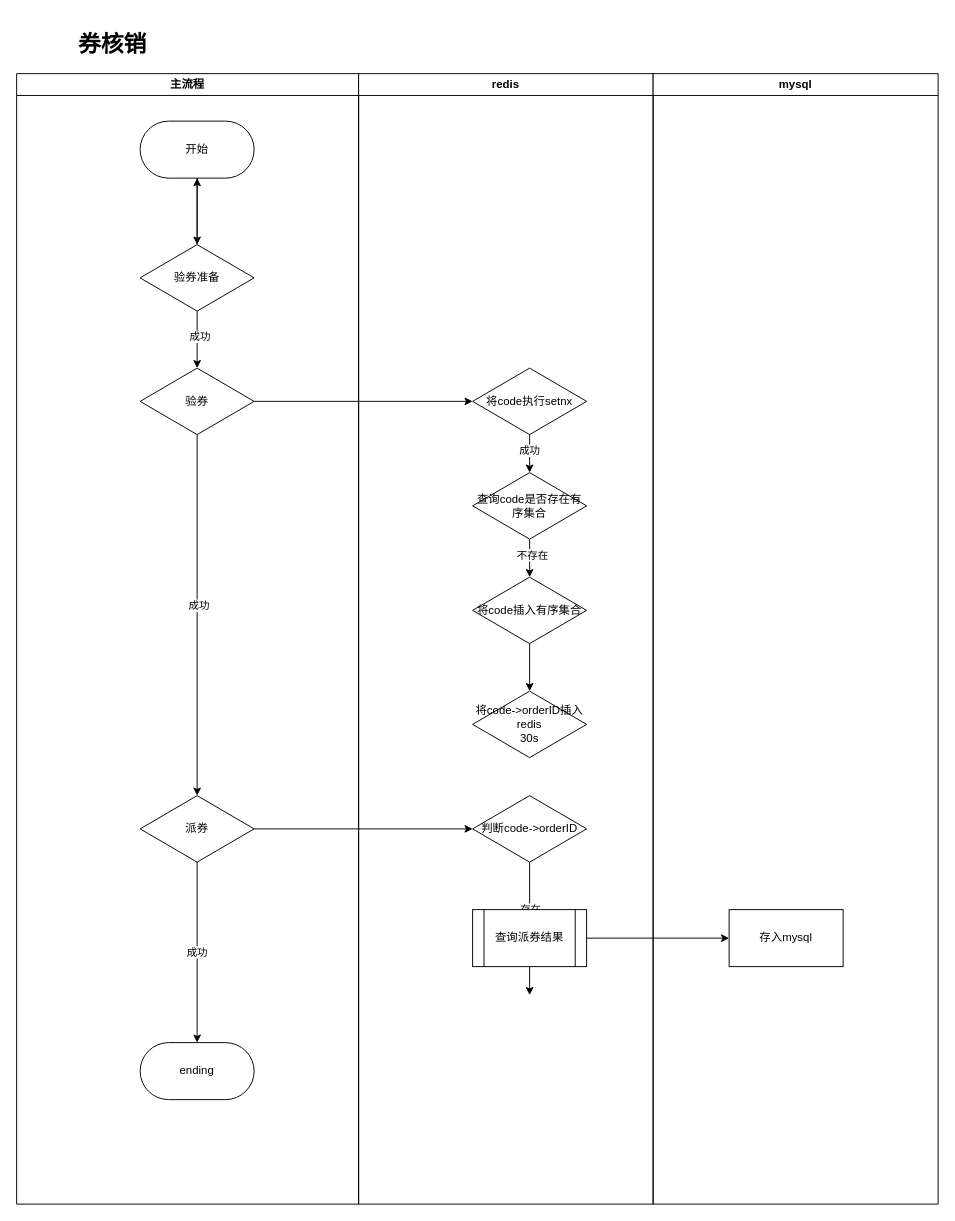
Earlier version of the draw.io diagram xlh/xlh.drawio (zhanghaiyang1/draw). Source tidied: cells renumbered, new cells numbered last; positions are measured from the earlier drawing's top-left corner, leaving out a move shared by most shapes. Both pictures are drawn from the tidied source at 95%, with x=0, y=0 at pixel (16, 26).
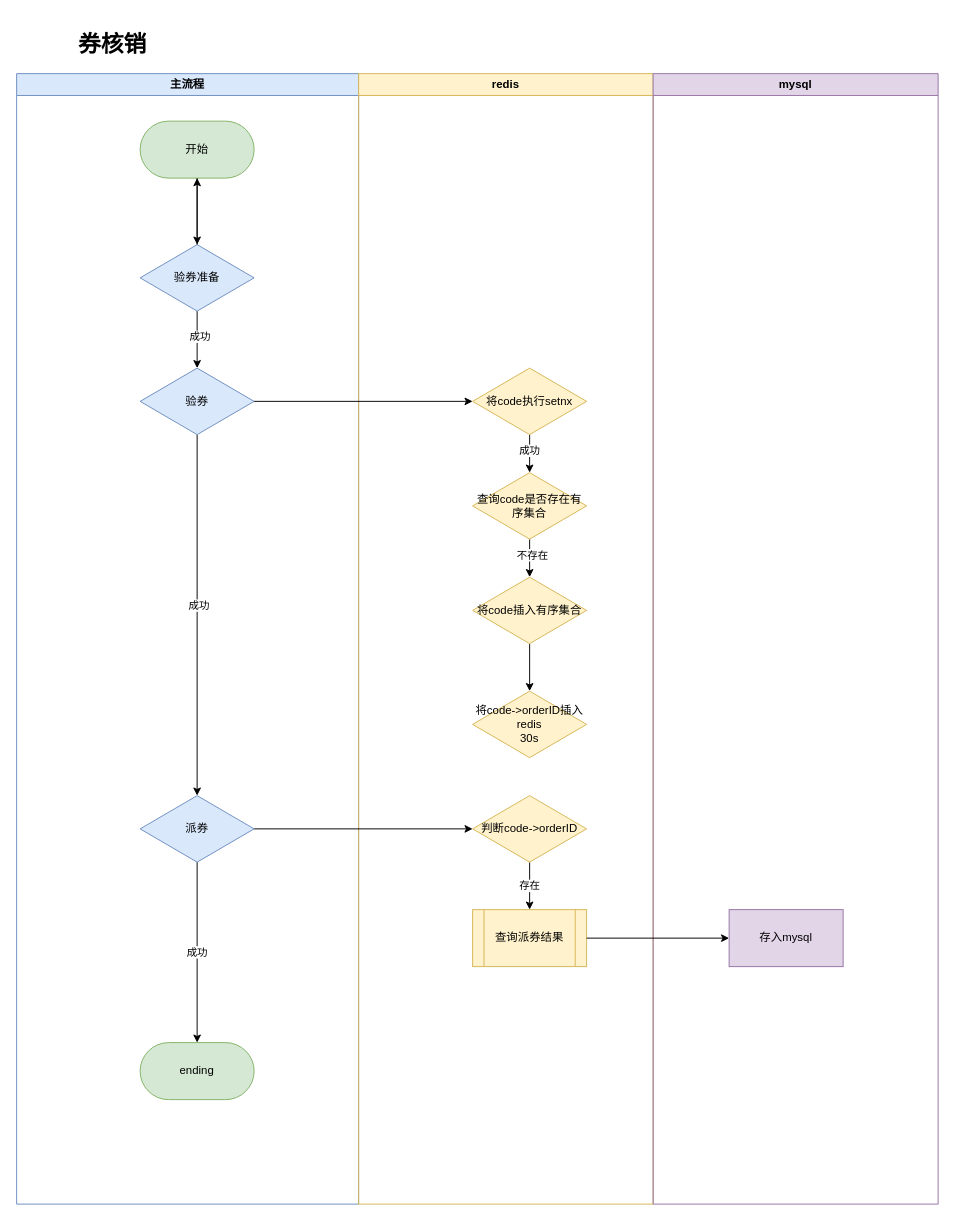
The same page after the edit.

What changed in the source:
```diff
@@
-    <mxCell id="3" value="主流程" style="swimlane;whiteSpace=wrap;html=1;" parent="1" vertex="1">
+    <mxCell id="3" value="主流程" style="swimlane;whiteSpace=wrap;html=1;fillColor=#dae8fc;strokeColor=#6c8ebf;" parent="1" vertex="1">
       <mxGeometry y="50" width="360" height="1190" as="geometry" />
     </mxCell>
@@
-    <mxCell id="7" value="验券准备" style="rhombus;whiteSpace=wrap;html=1;" parent="3" vertex="1">
+    <mxCell id="7" value="验券准备" style="rhombus;whiteSpace=wrap;html=1;fillColor=#dae8fc;strokeColor=#6c8ebf;" parent="3" vertex="1">
       <mxGeometry x="130" y="180" width="120" height="70" as="geometry" />
     </mxCell>
@@
-    <mxCell id="10" value="验券" style="rhombus;whiteSpace=wrap;html=1;" parent="3" vertex="1">
+    <mxCell id="10" value="验券" style="rhombus;whiteSpace=wrap;html=1;fillColor=#dae8fc;strokeColor=#6c8ebf;" parent="3" vertex="1">
       <mxGeometry x="130" y="310" width="120" height="70" as="geometry" />
     </mxCell>
@@
-    <mxCell id="12" value="派券" style="rhombus;whiteSpace=wrap;html=1;" parent="3" vertex="1">
+    <mxCell id="12" value="派券" style="rhombus;whiteSpace=wrap;html=1;fillColor=#dae8fc;strokeColor=#6c8ebf;" parent="3" vertex="1">
       <mxGeometry x="130" y="760" width="120" height="70" as="geometry" />
     </mxCell>
-    <mxCell id="13" value="ending" style="rounded=1;whiteSpace=wrap;html=1;arcSize=50;" parent="3" vertex="1">
+    <mxCell id="13" value="ending" style="rounded=1;whiteSpace=wrap;html=1;arcSize=50;fillColor=#d5e8d4;strokeColor=#82b366;" parent="3" vertex="1">
       <mxGeometry x="130" y="1020" width="120" height="60" as="geometry" />
     </mxCell>
-    <mxCell id="14" value="开始" style="rounded=1;whiteSpace=wrap;html=1;arcSize=50;" parent="3" vertex="1">
+    <mxCell id="14" value="开始" style="rounded=1;whiteSpace=wrap;html=1;arcSize=50;fillColor=#d5e8d4;strokeColor=#82b366;" parent="3" vertex="1">
       <mxGeometry x="130" y="50" width="120" height="60" as="geometry" />
     </mxCell>
@@
-    <mxCell id="17" value="redis" style="swimlane;whiteSpace=wrap;html=1;" parent="1" vertex="1">
+    <mxCell id="17" value="redis" style="swimlane;whiteSpace=wrap;html=1;fillColor=#fff2cc;strokeColor=#d6b656;" parent="1" vertex="1">
       <mxGeometry x="360" y="50" width="310" height="1190" as="geometry" />
     </mxCell>
@@
-    <mxCell id="20" value="将code执行setnx" style="rhombus;whiteSpace=wrap;html=1;" parent="17" vertex="1">
+    <mxCell id="20" value="将code执行setnx" style="rhombus;whiteSpace=wrap;html=1;fillColor=#fff2cc;strokeColor=#d6b656;" parent="17" vertex="1">
       <mxGeometry x="120" y="310" width="120" height="70" as="geometry" />
     </mxCell>
@@
-    <mxCell id="23" value="查询code是否存在有序集合" style="rhombus;whiteSpace=wrap;html=1;" parent="17" vertex="1">
+    <mxCell id="23" value="查询code是否存在有序集合" style="rhombus;whiteSpace=wrap;html=1;fillColor=#fff2cc;strokeColor=#d6b656;" parent="17" vertex="1">
       <mxGeometry x="120" y="420" width="120" height="70" as="geometry" />
     </mxCell>
@@
-    <mxCell id="25" value="将code插入有序集合" style="rhombus;whiteSpace=wrap;html=1;" parent="17" vertex="1">
+    <mxCell id="25" value="将code插入有序集合" style="rhombus;whiteSpace=wrap;html=1;fillColor=#fff2cc;strokeColor=#d6b656;" parent="17" vertex="1">
       <mxGeometry x="120" y="530" width="120" height="70" as="geometry" />
     </mxCell>
-    <mxCell id="26" value="将code-&amp;gt;orderID插入&lt;br&gt;redis&lt;br&gt;30s" style="rhombus;whiteSpace=wrap;html=1;" parent="17" vertex="1">
+    <mxCell id="26" value="将code-&amp;gt;orderID插入&lt;br&gt;redis&lt;br&gt;30s" style="rhombus;whiteSpace=wrap;html=1;fillColor=#fff2cc;strokeColor=#d6b656;" parent="17" vertex="1">
       <mxGeometry x="120" y="650" width="120" height="70" as="geometry" />
     </mxCell>
-    <mxCell id="27" style="edgeStyle=orthogonalEdgeStyle;rounded=0;jettySize=auto;html=1;" parent="17" edge="1" source="29">
-      <mxGeometry relative="1" as="geometry">
-        <mxPoint x="180" y="970" as="targetPoint" />
-      </mxGeometry>
-    </mxCell>
-    <mxCell id="28" value="存在" style="edgeLabel;html=1;align=center;verticalAlign=middle;" parent="27" vertex="1">
-      <mxGeometry x="-0.3" relative="1" as="geometry" />
+    <mxCell id="28" value="存在" style="edgeStyle=orthogonalEdgeStyle;rounded=0;jettySize=auto;html=1;" parent="17" edge="1" source="29" target="30">
+      <mxGeometry relative="1" as="geometry" />
     </mxCell>
-    <mxCell id="29" value="判断code-&amp;gt;orderID" style="rhombus;whiteSpace=wrap;html=1;" parent="17" vertex="1">
+    <mxCell id="29" value="判断code-&amp;gt;orderID" style="rhombus;whiteSpace=wrap;html=1;fillColor=#fff2cc;strokeColor=#d6b656;" parent="17" vertex="1">
       <mxGeometry x="120" y="760" width="120" height="70" as="geometry" />
     </mxCell>
-    <mxCell id="30" value="查询派券结果" style="shape=process;whiteSpace=wrap;html=1;backgroundOutline=1;" parent="17" vertex="1">
+    <mxCell id="30" value="查询派券结果" style="shape=process;whiteSpace=wrap;html=1;backgroundOutline=1;fillColor=#fff2cc;strokeColor=#d6b656;" parent="17" vertex="1">
       <mxGeometry x="120" y="880" width="120" height="60" as="geometry" />
     </mxCell>
-    <mxCell id="31" value="mysql" style="swimlane;whiteSpace=wrap;html=1;" parent="1" vertex="1">
+    <mxCell id="31" value="mysql" style="swimlane;whiteSpace=wrap;html=1;fillColor=#e1d5e7;strokeColor=#9673a6;" parent="1" vertex="1">
       <mxGeometry x="670" y="50" width="300" height="1190" as="geometry" />
     </mxCell>
-    <mxCell id="32" value="存入mysql" style="whiteSpace=wrap;html=1;" parent="31" vertex="1">
+    <mxCell id="32" value="存入mysql" style="whiteSpace=wrap;html=1;fillColor=#e1d5e7;strokeColor=#9673a6;" parent="31" vertex="1">
       <mxGeometry x="80" y="880" width="120" height="60" as="geometry" />
     </mxCell>
```
